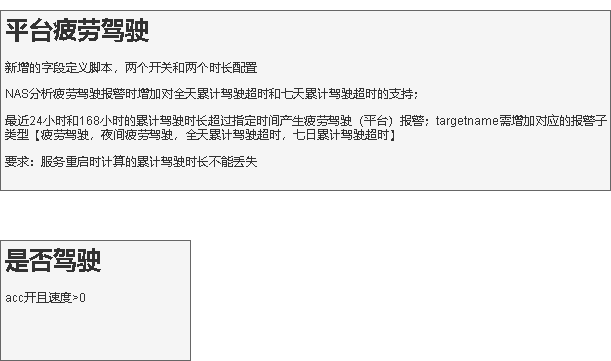
The draw.io diagram 平台疲劳驾驶.drawio.png in xktder/draw, before a commit. Source tidied: cells renumbered, new cells last; positions are measured from the earlier drawing's top-left corner, leaving out a move shared by most shapes.
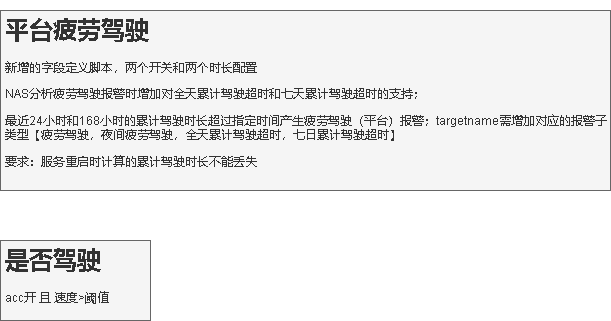
Above is the later version.

Commit message:
更新平台疲劳驾驶.drawio.png

The edit, as a diff of the source:
```diff
@@ -5,8 +5,8 @@
     <mxCell id="2" value="&lt;h1&gt;平台疲劳驾驶&lt;/h1&gt;&lt;p&gt;新增的字段定义脚本，两个开关和两个时长配置&lt;/p&gt;&lt;p&gt;NAS分析疲劳驾驶报警时增加对全天累计驾驶超时和七天累计驾驶超时的支持；&lt;/p&gt;&lt;p&gt;最近24小时和168小时的累计驾驶时长超过指定时间产生疲劳驾驶（平台）报警；targetname需增加对应的报警子类型【疲劳驾驶，夜间疲劳驾驶，全天累计驾驶超时，七日累计驾驶超时】&lt;/p&gt;&lt;p&gt;要求：服务重启时计算的累计驾驶时长不能丢失&lt;/p&gt;" style="text;html=1;strokeColor=#666666;fillColor=#f5f5f5;spacing=5;spacingTop=-20;whiteSpace=wrap;overflow=hidden;rounded=0;fontColor=#333333;" parent="1" vertex="1">
       <mxGeometry width="610" height="180" as="geometry" />
     </mxCell>
-    <mxCell id="3" value="&lt;h1&gt;是否驾驶&lt;/h1&gt;&lt;div&gt;acc开且速度&amp;gt;0&lt;/div&gt;" style="text;html=1;spacing=5;spacingTop=-20;whiteSpace=wrap;overflow=hidden;rounded=0;fillColor=#f5f5f5;fontColor=#333333;strokeColor=#666666;" parent="1" vertex="1">
-      <mxGeometry y="230" width="190" height="120" as="geometry" />
+    <mxCell id="3" value="&lt;h1&gt;是否驾驶&lt;/h1&gt;&lt;div&gt;acc开 且 速度&amp;gt;阈值&lt;/div&gt;" style="text;html=1;spacing=5;spacingTop=-20;whiteSpace=wrap;overflow=hidden;rounded=0;fillColor=#f5f5f5;fontColor=#333333;strokeColor=#666666;" parent="1" vertex="1">
+      <mxGeometry y="230" width="150" height="80" as="geometry" />
     </mxCell>
   </root>
 </mxGraphModel>
```
